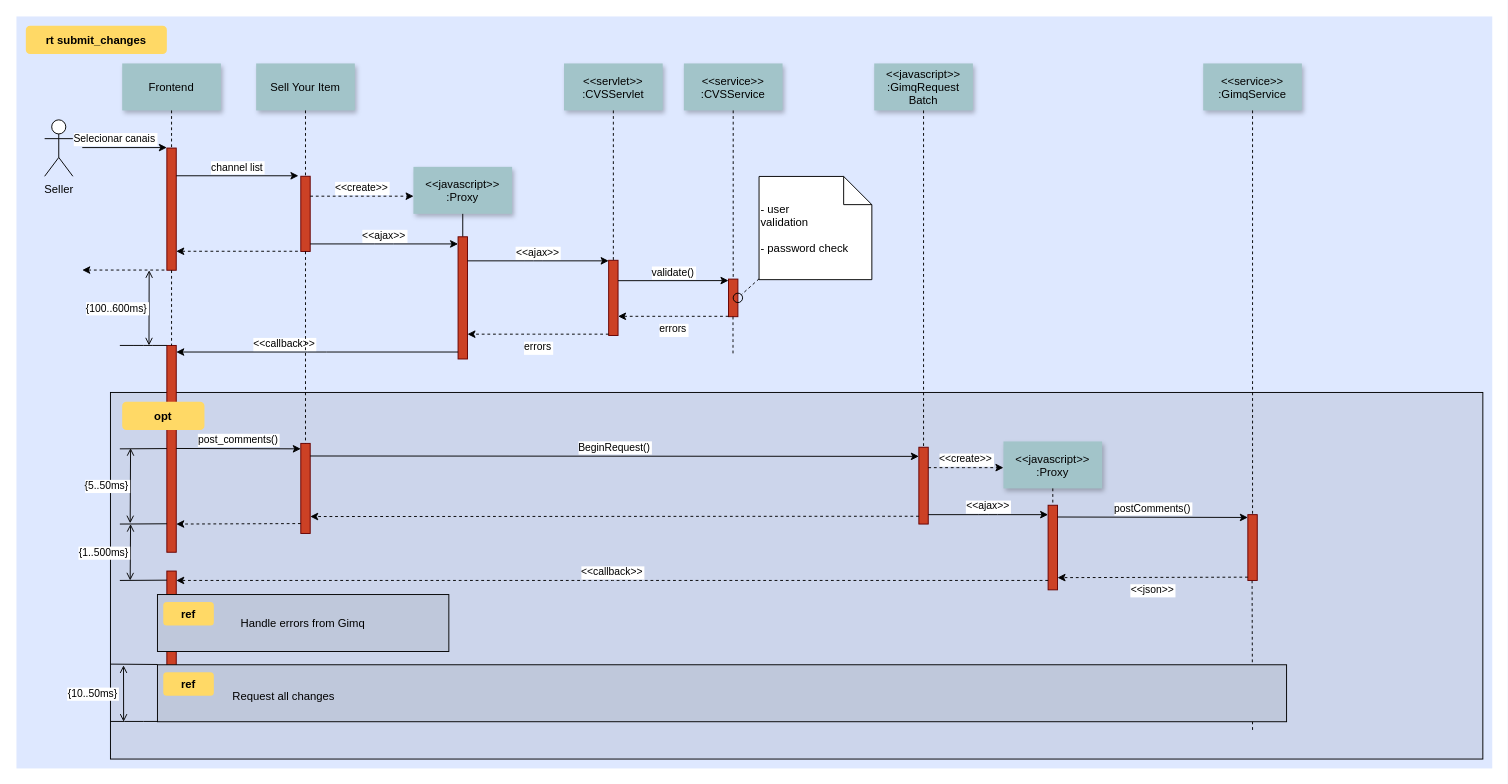
duducordeiro/draw keeps this draw.io diagram as pasta/Diagrama sem nome.drawio. Above is the earlier version. Source tidied: cells renumbered, new cells numbered last; positions are measured from the earlier drawing's top-left corner, leaving out a move shared by most shapes. Both pictures are drawn from the tidied source at 94%, with x=0, y=0 at pixel (16, 16).
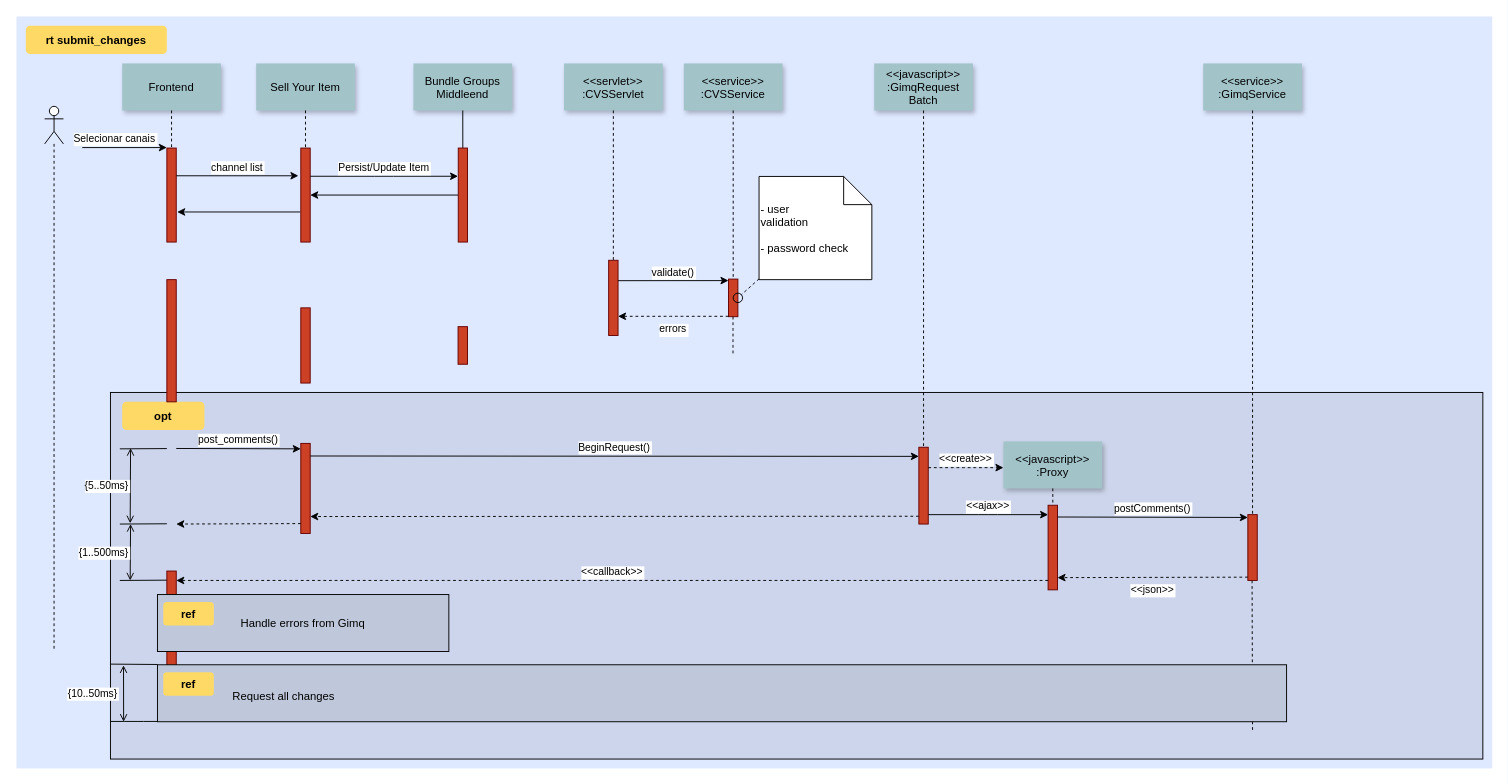
After the change.

The change refers to these unchanged cells:
```xml
<mxCell id="19" style="fillColor=#CC4125;strokeColor=#660000;" parent="1" vertex="1">
  <mxGeometry x="630" y="259.4" width="10" height="80" as="geometry" />
</mxCell>
<mxCell id="40" style="fillColor=#CC4125;strokeColor=#660000;" parent="1" vertex="1">
  <mxGeometry x="302.5" y="454.2" width="10" height="95.8" as="geometry" />
</mxCell>
```

The edit, as a diff of the source:
```diff
@@
     <mxCell id="5" style="fillColor=#CC4125;strokeColor=#660000;" parent="1" vertex="1">
-      <mxGeometry x="160" y="140" width="10" height="130" as="geometry" />
+      <mxGeometry x="160" y="140" width="10" height="100" as="geometry" />
     </mxCell>
@@
+    <mxCell id="76" style="edgeStyle=orthogonalEdgeStyle;rounded=0;jettySize=auto;html=1;entryX=1.1;entryY=0.68;entryDx=0;entryDy=0;exitX=-0.05;exitY=0.68;exitDx=0;exitDy=0;exitPerimeter=0;entryPerimeter=0;" parent="1" edge="1" source="8" target="5">
+      <mxGeometry relative="1" as="geometry" />
+    </mxCell>
     <mxCell id="8" style="fillColor=#CC4125;strokeColor=#660000;" parent="1" vertex="1">
-      <mxGeometry x="302.5" y="170" width="10" height="80" as="geometry" />
+      <mxGeometry x="302.5" y="140" width="10" height="100" as="geometry" />
     </mxCell>
@@
-    <mxCell id="12" style="edgeStyle=none;verticalLabelPosition=top;verticalAlign=bottom;endArrow=none;startArrow=classic;dashed=1;" parent="1" edge="1">
-      <mxGeometry x="220" y="172.3" as="geometry">
-        <mxPoint x="170" y="249.8" as="sourcePoint" />
-        <mxPoint x="300" y="249.8" as="targetPoint" />
-      </mxGeometry>
-    </mxCell>
-    <mxCell id="13" style="edgeStyle=none;verticalLabelPosition=top;verticalAlign=bottom;labelPosition=left;align=right;endArrow=none;startArrow=classic;dashed=1;" parent="1" edge="1">
-      <mxGeometry x="110" y="179.8" as="geometry">
-        <mxPoint x="70" y="269.8" as="sourcePoint" />
-        <mxPoint x="160" y="269.8" as="targetPoint" />
-      </mxGeometry>
-    </mxCell>
-    <mxCell id="14" value="&lt;&lt;create&gt;&gt;" style="edgeStyle=none;verticalLabelPosition=top;verticalAlign=bottom;dashed=1;" parent="1" edge="1">
-      <mxGeometry x="385.5" y="113.9" as="geometry">
-        <mxPoint x="312.5" y="191.2" as="sourcePoint" />
-        <mxPoint x="422.5" y="191.2" as="targetPoint" />
-      </mxGeometry>
-    </mxCell>
-    <mxCell id="15" value="&lt;&lt;javascript&gt;&gt;&#10;:Proxy" style="shadow=1;fillColor=#A2C4C9;strokeColor=none;" parent="1" vertex="1">
-      <mxGeometry x="422.3" y="160" width="105" height="50" as="geometry" />
+    <mxCell id="15" value="Bundle Groups &#10;Middleend" style="shadow=1;fillColor=#A2C4C9;strokeColor=none;" parent="1" vertex="1">
+      <mxGeometry x="422.3" y="50" width="105" height="50" as="geometry" />
     </mxCell>
@@
+    <mxCell id="77" style="edgeStyle=orthogonalEdgeStyle;rounded=0;jettySize=auto;html=1;entryX=1;entryY=0.5;entryDx=0;entryDy=0;" parent="1" edge="1" source="17" target="8">
+      <mxGeometry relative="1" as="geometry" />
+    </mxCell>
     <mxCell id="17" style="fillColor=#CC4125;strokeColor=#660000;" parent="1" vertex="1">
-      <mxGeometry x="469.8" y="234.4" width="10" height="130" as="geometry" />
+      <mxGeometry x="470" y="140" width="9.8" height="100" as="geometry" />
     </mxCell>
-    <mxCell id="18" value="&lt;&lt;ajax&gt;&gt;" style="edgeStyle=elbowEdgeStyle;elbow=vertical;verticalLabelPosition=top;verticalAlign=bottom;" parent="1" edge="1" source="8" target="17">
-      <mxGeometry x="350" y="290" as="geometry" />
+    <mxCell id="18" value="Persist/Update Item" style="edgeStyle=elbowEdgeStyle;elbow=vertical;verticalLabelPosition=top;verticalAlign=bottom;" parent="1" edge="1">
+      <mxGeometry x="350" y="218" as="geometry">
+        <mxPoint x="312.5" y="170" as="sourcePoint" />
+        <mxPoint x="469.8" y="170" as="targetPoint" />
+      </mxGeometry>
     </mxCell>
@@
-    <mxCell id="25" value="&lt;&lt;ajax&gt;&gt;" style="edgeStyle=elbowEdgeStyle;elbow=vertical;verticalLabelPosition=top;verticalAlign=bottom;" parent="1" edge="1" source="17" target="19">
-      <mxGeometry x="540" y="270" as="geometry">
-        <Array as="points">
-          <mxPoint x="550" y="260" />
-        </Array>
-      </mxGeometry>
-    </mxCell>
-    <mxCell id="26" value="errors" style="edgeStyle=elbowEdgeStyle;elbow=vertical;dashed=1;verticalLabelPosition=bottom;verticalAlign=top;" parent="1" edge="1" source="19" target="17">
-      <mxGeometry x="550" y="280" as="geometry">
-        <Array as="points">
-          <mxPoint x="553" y="338" />
-        </Array>
-      </mxGeometry>
-    </mxCell>
@@
-    <mxCell id="35" style="fillColor=#CC4125;strokeColor=#660000;" parent="1" vertex="1">
-      <mxGeometry x="160" y="350" width="10" height="220" as="geometry" />
-    </mxCell>
-    <mxCell id="36" value="             &lt;&lt;callback&gt;&gt;                                " style="edgeStyle=elbowEdgeStyle;elbow=vertical;dashed=0;verticalLabelPosition=top;verticalAlign=bottom;align=right;" parent="1" edge="1" source="17" target="35">
-      <mxGeometry x="190" y="329.8" as="geometry" />
-    </mxCell>
-    <mxCell id="37" style="edgeStyle=none;dashed=1;endArrow=none;" parent="1" edge="1" source="5" target="35">
-      <mxGeometry x="50" y="300" as="geometry" />
-    </mxCell>
-    <mxCell id="38" style="edgeStyle=elbowEdgeStyle;elbow=vertical;endArrow=none;" parent="1" edge="1" source="35">
-      <mxGeometry x="60" y="310" as="geometry">
-        <mxPoint x="110" y="350" as="targetPoint" />
-      </mxGeometry>
-    </mxCell>
-    <mxCell id="39" value="{100..600ms}" style="edgeStyle=elbowEdgeStyle;elbow=horizontal;startArrow=open;endArrow=open;labelPosition=left;align=right;" parent="1" edge="1">
-      <mxGeometry x="61.2" y="290" as="geometry">
-        <mxPoint x="141.2" y="270" as="sourcePoint" />
-        <mxPoint x="141.2" y="350" as="targetPoint" />
-      </mxGeometry>
-    </mxCell>
@@
-    <mxCell id="44" style="edgeStyle=none;endArrow=none;dashed=1;" parent="1" edge="1" source="8" target="40">
-      <mxGeometry x="376.6" y="339.7" as="geometry" />
-    </mxCell>
@@
-    <mxCell id="75" value="Seller" style="shape=umlActor;verticalLabelPosition=bottom;verticalAlign=top;html=1;" parent="1" vertex="1">
-      <mxGeometry x="30" y="110" width="30" height="60" as="geometry" />
-    </mxCell>
+    <mxCell id="78" style="shape=umlLifeline;participant=umlActor;perimeter=lifelinePerimeter;whiteSpace=wrap;html=1;verticalAlign=top;spacingTop=36;" parent="1" vertex="1">
+      <mxGeometry x="30" y="95.6" width="20" height="580" as="geometry" />
+    </mxCell>
+    <mxCell id="79" style="fillColor=#CC4125;strokeColor=#660000;" parent="1" vertex="1">
+      <mxGeometry x="160" y="280" width="10" height="130" as="geometry" />
+    </mxCell>
+    <mxCell id="80" style="fillColor=#CC4125;strokeColor=#660000;" parent="1" vertex="1">
+      <mxGeometry x="302.5" y="310" width="10" height="80" as="geometry" />
+    </mxCell>
+    <mxCell id="81" style="fillColor=#CC4125;strokeColor=#660000;" parent="1" vertex="1">
+      <mxGeometry x="469.8" y="330" width="10" height="40" as="geometry" />
+    </mxCell>
```
